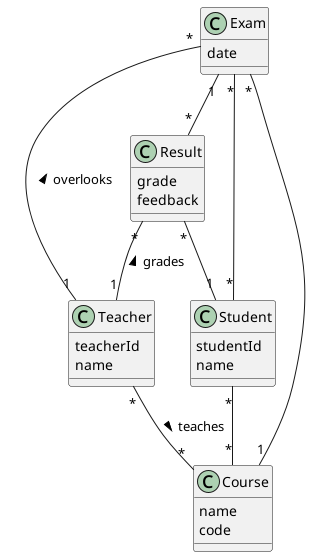
The PlantUML diagram uml/ExamsModule.png in Fundeluk/nswi041-exams, before a commit.
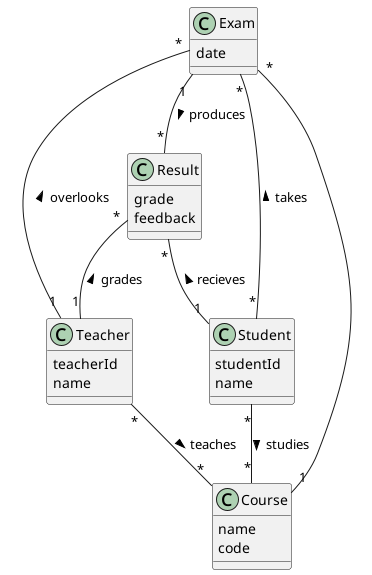
The same file after the commit.

Commit message:
fix uml diagrams

The edit, as a diff of the source:
```diff
@@ -23,12 +23,12 @@
   name
 }
 
-Exam "*" -- "*" Student
-Exam "1" -- "*" Result
-Result "*" -- "1" Student
+Exam "*" -- "*" Student : < takes
+Exam "1" -- "*" Result : > produces
+Result "*" -- "1" Student : < recieves
 Exam "*" -- "1" Teacher : < overlooks
 Result "*" -- "1" Teacher : < grades
 Course "1" -- "*" Exam
 Teacher "*" -- "*" Course : > teaches
-Student "*" -- "*" Course
+Student "*" -- "*" Course : > studies
 @enduml
```
